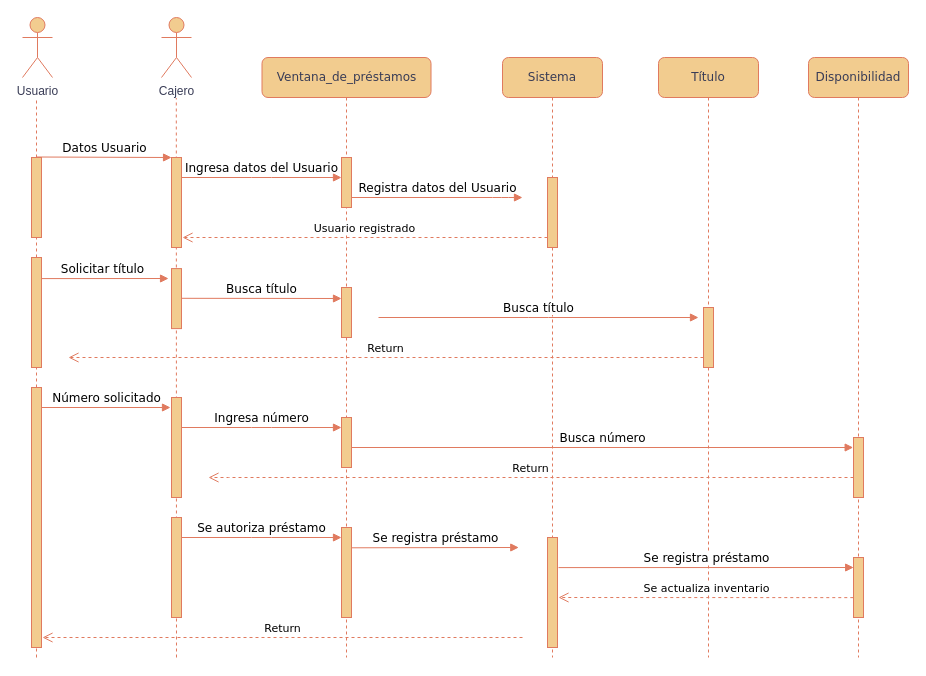
Above: Diagrama de Secuencia blockbuster.drawio in andreamorenom/Laboratorio-Empresarial (draw.io), before the change. Source tidied: cells renumbered, new cells numbered last; positions are measured from the earlier drawing's top-left corner, leaving out a move shared by most shapes. Both pictures are drawn from the tidied source at 100%, with x=0, y=0 at pixel (22, 17).
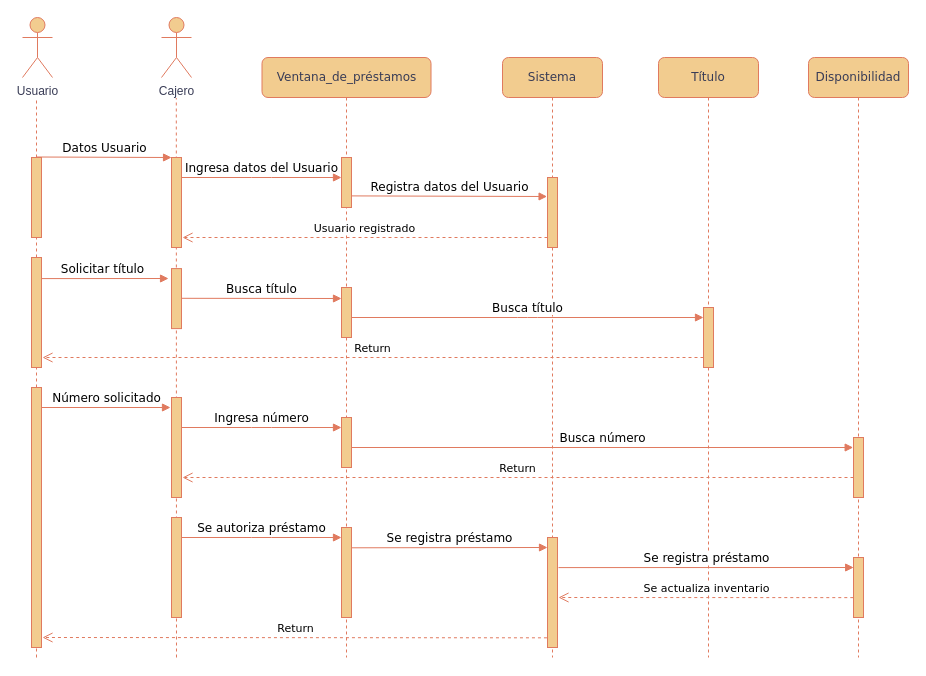
The same page after the edit.

Unchanged cells that the change refers to:
```xml
<mxCell id="5" value="Sistema" style="shape=umlLifeline;perimeter=lifelinePerimeter;whiteSpace=wrap;html=1;rounded=1;shadow=0;comic=0;labelBackgroundColor=none;strokeWidth=1;fontFamily=Verdana;fontSize=12;align=center;fillColor=#F2CC8F;strokeColor=#E07A5F;fontColor=#393C56;" parent="1" vertex="1">
  <mxGeometry x="480" y="40" width="100" height="600" as="geometry" />
</mxCell>
<mxCell id="9" style="html=1;points=[];perimeter=orthogonalPerimeter;rounded=0;shadow=0;comic=0;labelBackgroundColor=none;strokeWidth=1;fontFamily=Verdana;fontSize=12;align=center;fillColor=#F2CC8F;strokeColor=#E07A5F;fontColor=#393C56;" parent="5" vertex="1">
  <mxGeometry x="45" y="480" width="10" height="110" as="geometry" />
</mxCell>
<mxCell id="24" value="Título" style="shape=umlLifeline;perimeter=lifelinePerimeter;whiteSpace=wrap;html=1;rounded=1;shadow=0;comic=0;labelBackgroundColor=none;strokeWidth=1;fontFamily=Verdana;fontSize=12;align=center;fillColor=#F2CC8F;strokeColor=#E07A5F;fontColor=#393C56;" parent="1" vertex="1">
  <mxGeometry x="636" y="40" width="100" height="600" as="geometry" />
</mxCell>
<mxCell id="41" style="html=1;points=[];perimeter=orthogonalPerimeter;rounded=0;shadow=0;comic=0;labelBackgroundColor=none;strokeWidth=1;fontFamily=Verdana;fontSize=12;align=center;fillColor=#F2CC8F;strokeColor=#E07A5F;fontColor=#393C56;" parent="1" vertex="1">
  <mxGeometry x="319" y="140" width="10" height="50" as="geometry" />
</mxCell>
```

Diff of the diagram source:
```diff
@@
     <mxCell id="7" value="&lt;span style=&quot;background-color: light-dark(#ffffff, var(--ge-dark-color, #121212));&quot;&gt;Busca título&lt;/span&gt;" style="html=1;verticalAlign=bottom;endArrow=block;labelBackgroundColor=none;fontFamily=Verdana;fontSize=12;edgeStyle=elbowEdgeStyle;elbow=vertical;strokeColor=#E07A5F;fontColor=default;" parent="5" edge="1">
       <mxGeometry relative="1" as="geometry">
-        <mxPoint x="-124" y="260" as="sourcePoint" />
-        <mxPoint x="196" y="260" as="targetPoint" />
+        <mxPoint x="-150.8" y="260" as="sourcePoint" />
+        <mxPoint x="201" y="260" as="targetPoint" />
       </mxGeometry>
     </mxCell>
     <mxCell id="8" value="&lt;span style=&quot;background-color: light-dark(#ffffff, var(--ge-dark-color, #121212));&quot;&gt;&lt;font style=&quot;font-size: 11px;&quot;&gt;Return&lt;/font&gt;&lt;/span&gt;" style="html=1;verticalAlign=bottom;endArrow=open;dashed=1;endSize=8;labelBackgroundColor=none;fontFamily=Verdana;fontSize=12;edgeStyle=elbowEdgeStyle;elbow=vertical;strokeColor=#E07A5F;fontColor=default;" parent="5" edge="1">
       <mxGeometry relative="1" as="geometry">
         <mxPoint x="351" y="420" as="sourcePoint" />
-        <mxPoint x="-294" y="420" as="targetPoint" />
+        <mxPoint x="-320" y="420" as="targetPoint" />
         <Array as="points">
           <mxPoint x="-264" y="420" />
         </Array>
       </mxGeometry>
     </mxCell>
@@
-    <mxCell id="11" value="Registra datos del Usuario" style="html=1;verticalAlign=bottom;endArrow=block;labelBackgroundColor=none;fontFamily=Verdana;fontSize=12;edgeStyle=elbowEdgeStyle;elbow=vertical;strokeColor=#E07A5F;fontColor=default;" parent="1" edge="1" source="41">
+    <mxCell id="11" value="Registra datos del Usuario" style="html=1;verticalAlign=bottom;endArrow=block;labelBackgroundColor=none;fontFamily=Verdana;fontSize=12;edgeStyle=elbowEdgeStyle;elbow=vertical;strokeColor=#E07A5F;fontColor=default;exitX=0.938;exitY=0.887;exitDx=0;exitDy=0;exitPerimeter=0;entryX=-0.042;entryY=0.352;entryDx=0;entryDy=0;entryPerimeter=0;" parent="1" edge="1">
       <mxGeometry relative="1" as="geometry">
-        <mxPoint x="500" y="180" as="targetPoint" />
+        <mxPoint x="328.4" y="178.4" as="sourcePoint" />
+        <mxPoint x="524.6" y="178.6" as="targetPoint" />
         <Array as="points">
-          <mxPoint x="480" y="180" />
+          <mxPoint x="480" y="179" />
         </Array>
       </mxGeometry>
     </mxCell>
@@
     <mxCell id="26" value="&lt;span style=&quot;background-color: light-dark(#ffffff, var(--ge-dark-color, #121212));&quot;&gt;&lt;font style=&quot;font-size: 11px;&quot;&gt;Return&lt;/font&gt;&lt;/span&gt;" style="html=1;verticalAlign=bottom;endArrow=open;dashed=1;endSize=8;labelBackgroundColor=none;fontFamily=Verdana;fontSize=12;edgeStyle=elbowEdgeStyle;elbow=vertical;strokeColor=#E07A5F;fontColor=default;" parent="24" edge="1">
       <mxGeometry relative="1" as="geometry">
         <mxPoint x="45" y="300" as="sourcePoint" />
-        <mxPoint x="-590" y="300" as="targetPoint" />
+        <mxPoint x="-616" y="300" as="targetPoint" />
         <Array as="points">
           <mxPoint x="-24" y="300" />
         </Array>
       </mxGeometry>
     </mxCell>
@@
-    <mxCell id="40" value="&lt;span style=&quot;background-color: light-dark(#ffffff, var(--ge-dark-color, #121212));&quot;&gt;&lt;font style=&quot;font-size: 11px;&quot;&gt;Return&lt;/font&gt;&lt;/span&gt;" style="html=1;verticalAlign=bottom;endArrow=open;dashed=1;endSize=8;labelBackgroundColor=none;fontFamily=Verdana;fontSize=12;edgeStyle=elbowEdgeStyle;elbow=vertical;strokeColor=#E07A5F;fontColor=default;" parent="1" edge="1">
+    <mxCell id="40" value="&lt;span style=&quot;background-color: light-dark(#ffffff, var(--ge-dark-color, #121212));&quot;&gt;&lt;font style=&quot;font-size: 11px;&quot;&gt;Return&lt;/font&gt;&lt;/span&gt;" style="html=1;verticalAlign=bottom;endArrow=open;dashed=1;endSize=8;labelBackgroundColor=none;fontFamily=Verdana;fontSize=12;edgeStyle=elbowEdgeStyle;elbow=vertical;strokeColor=#E07A5F;fontColor=default;exitX=-0.054;exitY=0.912;exitDx=0;exitDy=0;exitPerimeter=0;" parent="1" edge="1" source="9">
       <mxGeometry relative="1" as="geometry">
-        <mxPoint x="500" y="620" as="sourcePoint" />
         <mxPoint x="20" y="620" as="targetPoint" />
         <Array as="points">
           <mxPoint x="440" y="620" />
         </Array>
       </mxGeometry>
     </mxCell>
@@
-    <mxCell id="46" value="Se registra préstamo" style="html=1;verticalAlign=bottom;endArrow=block;labelBackgroundColor=none;fontFamily=Verdana;fontSize=12;edgeStyle=elbowEdgeStyle;elbow=vertical;entryX=-0.172;entryY=0.204;entryDx=0;entryDy=0;entryPerimeter=0;strokeColor=#E07A5F;fontColor=default;" parent="1" edge="1">
+    <mxCell id="46" value="Se registra préstamo" style="html=1;verticalAlign=bottom;endArrow=block;labelBackgroundColor=none;fontFamily=Verdana;fontSize=12;edgeStyle=elbowEdgeStyle;elbow=vertical;strokeColor=#E07A5F;fontColor=default;entryX=0.002;entryY=0.094;entryDx=0;entryDy=0;entryPerimeter=0;" parent="1" edge="1" target="9">
       <mxGeometry relative="1" as="geometry">
         <mxPoint x="329" y="530.3" as="sourcePoint" />
-        <mxPoint x="496.3" y="530.2" as="targetPoint" />
       </mxGeometry>
     </mxCell>
```
